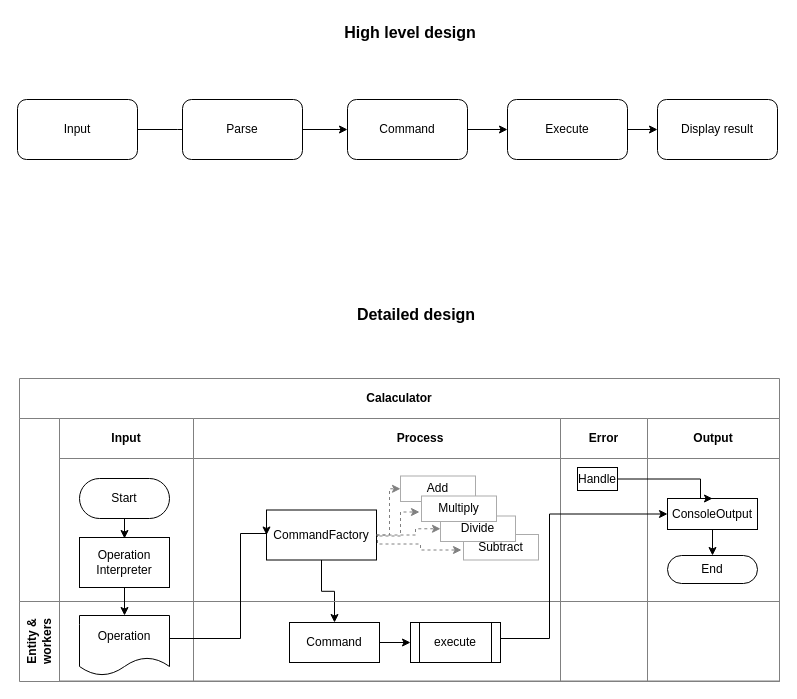
This is design.drawio from arunzone/mywave-calculator, a draw.io file, before an edit. Source tidied: cells renumbered, new cells numbered last; positions are measured from the earlier drawing's top-left corner, leaving out a move shared by most shapes. Both pictures are drawn from the tidied source at 100%, with x=0, y=0 at pixel (17, 17).
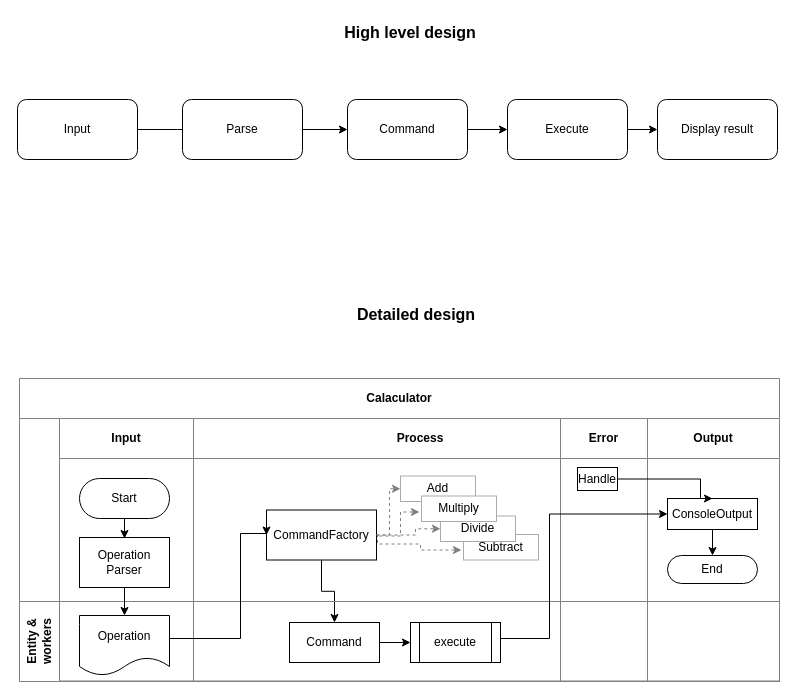
The same diagram, later.

The change refers to these unchanged cells:
```xml
<mxCell id="4" value="Input" style="swimlane;startSize=40;html=1;whiteSpace=wrap;strokeColor=#808080;" parent="3" vertex="1">
  <mxGeometry x="40" width="134" height="183" as="geometry" />
</mxCell>
```

The edit, as a diff of the source:
```diff
@@
-    <mxCell id="7" value="Operation Interpreter" style="rounded=0;whiteSpace=wrap;html=1;" parent="4" vertex="1">
+    <mxCell id="7" value="Operation Parser" style="rounded=0;whiteSpace=wrap;html=1;" parent="4" vertex="1">
       <mxGeometry x="20" y="119" width="90" height="50" as="geometry" />
     </mxCell>
```
